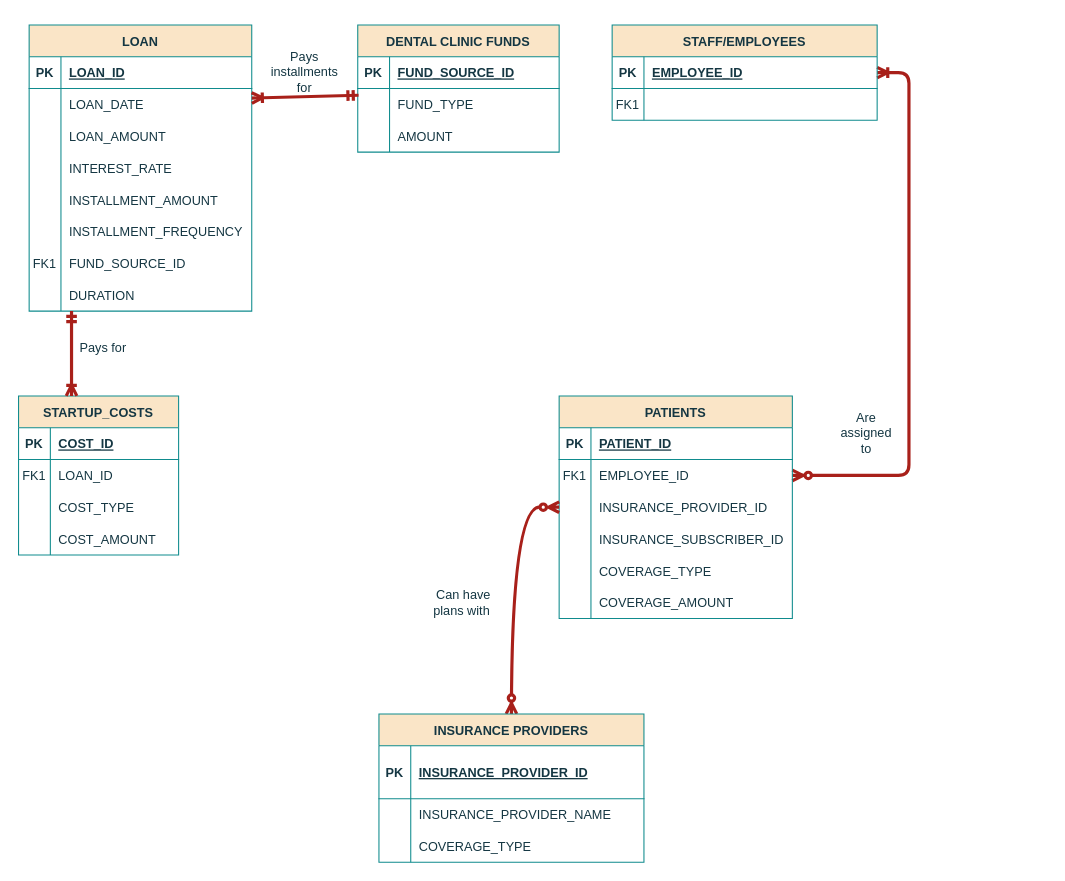
The draw.io diagram hw.drawio in donjuli990/HW1, before the edit. Source tidied: cells renumbered, new cells numbered last; positions are measured from the earlier drawing's top-left corner, leaving out a move shared by most shapes. Both pictures are drawn from the tidied source at 106%, with x=0, y=0 at pixel (18, 24).
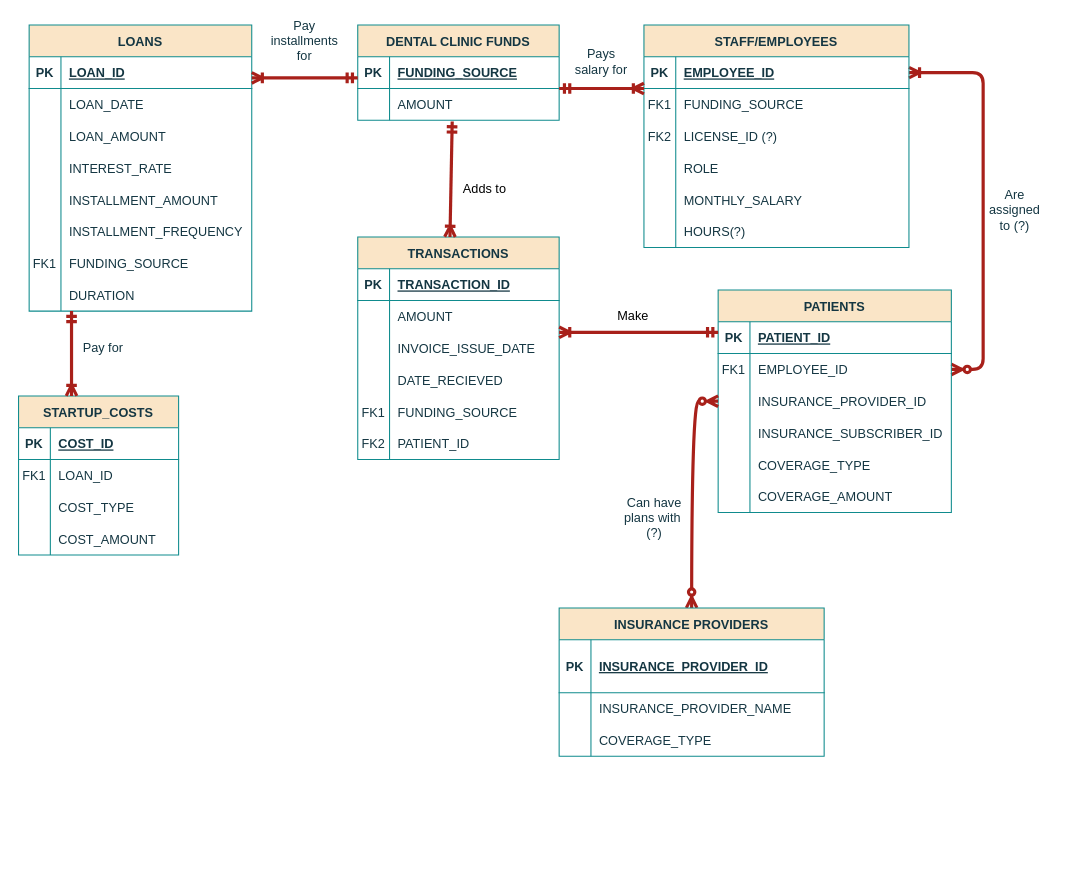
The same diagram, later.

Unchanged cells that the change refers to:
```xml
<mxCell id="7" style="shape=partialRectangle;fillColor=none;top=0;left=0;right=0;bottom=0;labelBackgroundColor=none;strokeColor=#0F8B8D;fontColor=#143642;" parent="3" vertex="1">
  <mxGeometry y="60" width="250" height="30" as="geometry" />
</mxCell>
<mxCell id="48" style="shape=partialRectangle;fillColor=none;top=0;left=0;right=0;bottom=0;labelBackgroundColor=none;strokeColor=#0F8B8D;fontColor=#143642;" parent="29" vertex="1">
  <mxGeometry y="210" width="210" height="30" as="geometry" />
</mxCell>
<mxCell id="83" style="shape=partialRectangle;fillColor=none;top=0;left=0;right=0;bottom=1;labelBackgroundColor=none;strokeColor=#0F8B8D;fontColor=#143642;" parent="82" vertex="1">
  <mxGeometry y="30" width="190" height="30" as="geometry" />
</mxCell>
```

What changed in the source:
```diff
@@
     <mxCell id="3" value="STAFF/EMPLOYEES" style="shape=table;startSize=30;childLayout=tableLayout;rowLines=0;fontStyle=1;align=center;labelBackgroundColor=none;fillColor=#FAE5C7;strokeColor=#0F8B8D;fontColor=#143642;" parent="1" vertex="1">
-      <mxGeometry x="560" width="250" height="90" as="geometry" />
+      <mxGeometry x="590" width="250" height="210" as="geometry" />
     </mxCell>
@@
-    <mxCell id="9" style="shape=partialRectangle;overflow=hidden;fillColor=none;top=0;left=0;bottom=0;right=0;align=left;spacingLeft=6;labelBackgroundColor=none;strokeColor=#0F8B8D;fontColor=#143642;" parent="7" vertex="1">
+    <mxCell id="9" value="FUNDING_SOURCE" style="shape=partialRectangle;overflow=hidden;fillColor=none;top=0;left=0;bottom=0;right=0;align=left;spacingLeft=6;labelBackgroundColor=none;strokeColor=#0F8B8D;fontColor=#143642;" parent="7" vertex="1">
       <mxGeometry x="30" width="220" height="30" as="geometry" />
     </mxCell>
+    <mxCell id="94" style="shape=partialRectangle;fillColor=none;top=0;left=0;right=0;bottom=0;labelBackgroundColor=none;strokeColor=#0F8B8D;fontColor=#143642;" parent="3" vertex="1">
+      <mxGeometry y="90" width="250" height="30" as="geometry" />
+    </mxCell>
+    <mxCell id="95" value="FK2" style="shape=partialRectangle;overflow=hidden;fillColor=none;top=0;left=0;bottom=0;right=0;labelBackgroundColor=none;strokeColor=#0F8B8D;fontColor=#143642;" parent="94" vertex="1">
+      <mxGeometry width="30" height="30" as="geometry" />
+    </mxCell>
+    <mxCell id="96" value="LICENSE_ID (?)" style="shape=partialRectangle;overflow=hidden;fillColor=none;top=0;left=0;bottom=0;right=0;align=left;spacingLeft=6;labelBackgroundColor=none;strokeColor=#0F8B8D;fontColor=#143642;" parent="94" vertex="1">
+      <mxGeometry x="30" width="220" height="30" as="geometry" />
+    </mxCell>
+    <mxCell id="97" style="shape=partialRectangle;fillColor=none;top=0;left=0;right=0;bottom=0;labelBackgroundColor=none;strokeColor=#0F8B8D;fontColor=#143642;" parent="3" vertex="1">
+      <mxGeometry y="120" width="250" height="30" as="geometry" />
+    </mxCell>
+    <mxCell id="98" style="shape=partialRectangle;overflow=hidden;fillColor=none;top=0;left=0;bottom=0;right=0;labelBackgroundColor=none;strokeColor=#0F8B8D;fontColor=#143642;" parent="97" vertex="1">
+      <mxGeometry width="30" height="30" as="geometry" />
+    </mxCell>
+    <mxCell id="99" value="ROLE" style="shape=partialRectangle;overflow=hidden;fillColor=none;top=0;left=0;bottom=0;right=0;align=left;spacingLeft=6;labelBackgroundColor=none;strokeColor=#0F8B8D;fontColor=#143642;" parent="97" vertex="1">
+      <mxGeometry x="30" width="220" height="30" as="geometry" />
+    </mxCell>
+    <mxCell id="100" style="shape=partialRectangle;fillColor=none;top=0;left=0;right=0;bottom=0;labelBackgroundColor=none;strokeColor=#0F8B8D;fontColor=#143642;" parent="3" vertex="1">
+      <mxGeometry y="150" width="250" height="30" as="geometry" />
+    </mxCell>
+    <mxCell id="101" style="shape=partialRectangle;overflow=hidden;fillColor=none;top=0;left=0;bottom=0;right=0;labelBackgroundColor=none;strokeColor=#0F8B8D;fontColor=#143642;" parent="100" vertex="1">
+      <mxGeometry width="30" height="30" as="geometry" />
+    </mxCell>
+    <mxCell id="102" value="MONTHLY_SALARY" style="shape=partialRectangle;overflow=hidden;fillColor=none;top=0;left=0;bottom=0;right=0;align=left;spacingLeft=6;labelBackgroundColor=none;strokeColor=#0F8B8D;fontColor=#143642;" parent="100" vertex="1">
+      <mxGeometry x="30" width="220" height="30" as="geometry" />
+    </mxCell>
+    <mxCell id="103" style="shape=partialRectangle;fillColor=none;top=0;left=0;right=0;bottom=0;labelBackgroundColor=none;strokeColor=#0F8B8D;fontColor=#143642;" parent="3" vertex="1">
+      <mxGeometry y="180" width="250" height="30" as="geometry" />
+    </mxCell>
+    <mxCell id="104" style="shape=partialRectangle;overflow=hidden;fillColor=none;top=0;left=0;bottom=0;right=0;labelBackgroundColor=none;strokeColor=#0F8B8D;fontColor=#143642;" parent="103" vertex="1">
+      <mxGeometry width="30" height="30" as="geometry" />
+    </mxCell>
+    <mxCell id="105" value="HOURS(?)" style="shape=partialRectangle;overflow=hidden;fillColor=none;top=0;left=0;bottom=0;right=0;align=left;spacingLeft=6;labelBackgroundColor=none;strokeColor=#0F8B8D;fontColor=#143642;" parent="103" vertex="1">
+      <mxGeometry x="30" width="220" height="30" as="geometry" />
+    </mxCell>
     <mxCell id="10" value="PATIENTS" style="shape=table;startSize=30;childLayout=tableLayout;rowLines=0;fontStyle=1;align=center;labelBackgroundColor=none;fillColor=#FAE5C7;strokeColor=#0F8B8D;fontColor=#143642;" parent="1" vertex="1">
-      <mxGeometry x="510" y="350" width="220" height="210" as="geometry" />
+      <mxGeometry x="660" y="250" width="220" height="210" as="geometry" />
     </mxCell>
@@
-    <mxCell id="29" value="LOAN" style="shape=table;startSize=30;childLayout=tableLayout;rowLines=0;fontStyle=1;align=center;labelBackgroundColor=none;fillColor=#FAE5C7;strokeColor=#0F8B8D;fontColor=#143642;" parent="1" vertex="1">
+    <mxCell id="29" value="LOANS" style="shape=table;startSize=30;childLayout=tableLayout;rowLines=0;fontStyle=1;align=center;labelBackgroundColor=none;fillColor=#FAE5C7;strokeColor=#0F8B8D;fontColor=#143642;" parent="1" vertex="1">
       <mxGeometry x="10" width="210" height="270" as="geometry" />
     </mxCell>
@@
-    <mxCell id="50" value="FUND_SOURCE_ID" style="shape=partialRectangle;overflow=hidden;fillColor=none;top=0;left=0;bottom=0;right=0;align=left;spacingLeft=6;labelBackgroundColor=none;strokeColor=#0F8B8D;fontColor=#143642;" parent="48" vertex="1">
+    <mxCell id="50" value="FUNDING_SOURCE" style="shape=partialRectangle;overflow=hidden;fillColor=none;top=0;left=0;bottom=0;right=0;align=left;spacingLeft=6;labelBackgroundColor=none;strokeColor=#0F8B8D;fontColor=#143642;" parent="48" vertex="1">
       <mxGeometry x="30" width="180" height="30" as="geometry" />
     </mxCell>
@@
-    <mxCell id="54" value="Are assigned to" style="text;html=1;align=center;verticalAlign=middle;whiteSpace=wrap;rounded=0;fontColor=#143642;" parent="1" vertex="1">
-      <mxGeometry x="770" y="370" width="60" height="30" as="geometry" />
+    <mxCell id="54" value="Are assigned to (?)" style="text;html=1;align=center;verticalAlign=middle;whiteSpace=wrap;rounded=0;fontColor=#143642;" parent="1" vertex="1">
+      <mxGeometry x="910" y="160" width="60" height="30" as="geometry" />
     </mxCell>
@@
     <mxCell id="56" value="INSURANCE PROVIDERS" style="shape=table;startSize=30;childLayout=tableLayout;rowLines=0;fontStyle=1;align=center;labelBackgroundColor=none;fillColor=#FAE5C7;strokeColor=#0F8B8D;fontColor=#143642;" parent="1" vertex="1">
-      <mxGeometry x="340" y="650" width="250" height="140" as="geometry" />
+      <mxGeometry x="510" y="550" width="250" height="140" as="geometry" />
     </mxCell>
@@
-    <mxCell id="66" value="Can have plans with&amp;nbsp;" style="text;html=1;align=center;verticalAlign=middle;whiteSpace=wrap;rounded=0;fontColor=#143642;" parent="1" vertex="1">
-      <mxGeometry x="390" y="530" width="60" height="30" as="geometry" />
+    <mxCell id="66" value="Can have plans with&amp;nbsp; (?)" style="text;html=1;align=center;verticalAlign=middle;whiteSpace=wrap;rounded=0;fontColor=#143642;" parent="1" vertex="1">
+      <mxGeometry x="570" y="450" width="60" height="30" as="geometry" />
     </mxCell>
@@
-    <mxCell id="80" value="Pays for" style="text;html=1;align=center;verticalAlign=middle;whiteSpace=wrap;rounded=0;fontColor=#143642;" parent="1" vertex="1">
+    <mxCell id="80" value="Pay for" style="text;html=1;align=center;verticalAlign=middle;whiteSpace=wrap;rounded=0;fontColor=#143642;" parent="1" vertex="1">
       <mxGeometry x="50" y="290" width="60" height="30" as="geometry" />
     </mxCell>
@@
     <mxCell id="82" value="DENTAL CLINIC FUNDS" style="shape=table;startSize=30;childLayout=tableLayout;rowLines=0;fontStyle=1;align=center;labelBackgroundColor=none;fillColor=#FAE5C7;strokeColor=#0F8B8D;fontColor=#143642;" parent="1" vertex="1">
-      <mxGeometry x="320" width="190" height="120" as="geometry" />
+      <mxGeometry x="320" width="190" height="90" as="geometry" />
     </mxCell>
@@
-    <mxCell id="85" value="FUND_SOURCE_ID" style="shape=partialRectangle;overflow=hidden;fillColor=none;top=0;left=0;bottom=0;right=0;align=left;spacingLeft=6;fontStyle=5;labelBackgroundColor=none;strokeColor=#0F8B8D;fontColor=#143642;" parent="83" vertex="1">
+    <mxCell id="85" value="FUNDING_SOURCE" style="shape=partialRectangle;overflow=hidden;fillColor=none;top=0;left=0;bottom=0;right=0;align=left;spacingLeft=6;fontStyle=5;labelBackgroundColor=none;strokeColor=#0F8B8D;fontColor=#143642;" parent="83" vertex="1">
       <mxGeometry x="30" width="160" height="30" as="geometry" />
     </mxCell>
-    <mxCell id="86" style="shape=partialRectangle;fillColor=none;points=[[0,0.5],[1,0.5]];portConstraint=eastwest;top=0;left=0;right=0;bottom=0;labelBackgroundColor=none;strokeColor=#0F8B8D;fontColor=#143642;" parent="82" vertex="1">
-      <mxGeometry y="60" width="190" height="30" as="geometry" />
-    </mxCell>
-    <mxCell id="87" style="shape=partialRectangle;overflow=hidden;fillColor=none;top=0;left=0;bottom=0;right=0;labelBackgroundColor=none;strokeColor=#0F8B8D;fontColor=#143642;" parent="86" vertex="1">
-      <mxGeometry width="30" height="30" as="geometry" />
-    </mxCell>
-    <mxCell id="88" value="FUND_TYPE" style="shape=partialRectangle;overflow=hidden;fillColor=none;top=0;left=0;bottom=0;right=0;align=left;spacingLeft=6;labelBackgroundColor=none;strokeColor=#0F8B8D;fontColor=#143642;" parent="86" vertex="1">
-      <mxGeometry x="30" width="160" height="30" as="geometry" />
-    </mxCell>
-    <mxCell id="89" style="shape=partialRectangle;fillColor=none;top=0;left=0;right=0;bottom=0;labelBackgroundColor=none;strokeColor=#0F8B8D;fontColor=#143642;" parent="82" vertex="1">
-      <mxGeometry y="90" width="190" height="30" as="geometry" />
-    </mxCell>
-    <mxCell id="90" style="shape=partialRectangle;overflow=hidden;fillColor=none;top=0;left=0;bottom=0;right=0;labelBackgroundColor=none;strokeColor=#0F8B8D;fontColor=#143642;" parent="89" vertex="1">
-      <mxGeometry width="30" height="30" as="geometry" />
-    </mxCell>
-    <mxCell id="91" value="AMOUNT" style="shape=partialRectangle;overflow=hidden;fillColor=none;top=0;left=0;bottom=0;right=0;align=left;spacingLeft=6;labelBackgroundColor=none;strokeColor=#0F8B8D;fontColor=#143642;" parent="89" vertex="1">
-      <mxGeometry x="30" width="160" height="30" as="geometry" />
-    </mxCell>
+    <mxCell id="106" style="shape=partialRectangle;fillColor=none;points=[[0,0.5],[1,0.5]];portConstraint=eastwest;top=0;left=0;right=0;bottom=0;labelBackgroundColor=none;strokeColor=#0F8B8D;fontColor=#143642;" parent="82" vertex="1">
+      <mxGeometry y="60" width="190" height="30" as="geometry" />
+    </mxCell>
+    <mxCell id="107" style="shape=partialRectangle;overflow=hidden;fillColor=none;top=0;left=0;bottom=0;right=0;labelBackgroundColor=none;strokeColor=#0F8B8D;fontColor=#143642;" parent="106" vertex="1">
+      <mxGeometry width="30" height="30" as="geometry" />
+    </mxCell>
+    <mxCell id="108" value="AMOUNT" style="shape=partialRectangle;overflow=hidden;fillColor=none;top=0;left=0;bottom=0;right=0;align=left;spacingLeft=6;labelBackgroundColor=none;strokeColor=#0F8B8D;fontColor=#143642;" parent="106" vertex="1">
+      <mxGeometry x="30" width="160" height="30" as="geometry" />
+    </mxCell>
-    <mxCell id="92" style="endArrow=ERoneToMany;startArrow=ERmandOne;endFill=0;startFill=0;labelBackgroundColor=none;strokeColor=#A8201A;fontColor=default;strokeWidth=3;exitX=0.004;exitY=0.213;exitDx=0;exitDy=0;exitPerimeter=0;" parent="1" edge="1" source="86">
+    <mxCell id="92" style="endArrow=ERoneToMany;startArrow=ERmandOne;endFill=0;startFill=0;labelBackgroundColor=none;strokeColor=#A8201A;fontColor=default;strokeWidth=3;entryX=1;entryY=0.5;entryDx=0;entryDy=0;" parent="1" edge="1">
       <mxGeometry relative="1" as="geometry">
-        <mxPoint x="220" y="69" as="targetPoint" />
+        <mxPoint x="320" y="50" as="sourcePoint" />
+        <mxPoint x="220" y="50" as="targetPoint" />
       </mxGeometry>
     </mxCell>
-    <mxCell id="93" value="Pays installments for" style="text;html=1;align=center;verticalAlign=middle;whiteSpace=wrap;rounded=0;fontColor=#143642;" parent="1" vertex="1">
-      <mxGeometry x="240" y="30" width="60" height="30" as="geometry" />
+    <mxCell id="93" value="Pay installments for" style="text;html=1;align=center;verticalAlign=middle;whiteSpace=wrap;rounded=0;fontColor=#143642;" parent="1" vertex="1">
+      <mxGeometry x="240" width="60" height="30" as="geometry" />
     </mxCell>
+    <mxCell id="109" style="endArrow=ERmandOne;startArrow=ERoneToMany;endFill=0;startFill=0;labelBackgroundColor=none;strokeColor=#A8201A;fontColor=default;strokeWidth=3;" parent="1" edge="1">
+      <mxGeometry relative="1" as="geometry">
+        <mxPoint x="590" y="60" as="sourcePoint" />
+        <mxPoint x="510" y="60" as="targetPoint" />
+      </mxGeometry>
+    </mxCell>
+    <mxCell id="110" value="TRANSACTIONS" style="shape=table;startSize=30;childLayout=tableLayout;rowLines=0;fontStyle=1;align=center;labelBackgroundColor=none;fillColor=#FAE5C7;strokeColor=#0F8B8D;fontColor=#143642;" parent="1" vertex="1">
+      <mxGeometry x="320" y="200" width="190" height="210" as="geometry" />
+    </mxCell>
+    <mxCell id="111" style="shape=partialRectangle;fillColor=none;top=0;left=0;right=0;bottom=1;labelBackgroundColor=none;strokeColor=#0F8B8D;fontColor=#143642;" parent="110" vertex="1">
+      <mxGeometry y="30" width="190" height="30" as="geometry" />
+    </mxCell>
+    <mxCell id="112" value="PK" style="shape=partialRectangle;overflow=hidden;fillColor=none;top=0;left=0;bottom=0;right=0;fontStyle=1;labelBackgroundColor=none;strokeColor=#0F8B8D;fontColor=#143642;" parent="111" vertex="1">
+      <mxGeometry width="30" height="30" as="geometry" />
+    </mxCell>
+    <mxCell id="113" value="TRANSACTION_ID" style="shape=partialRectangle;overflow=hidden;fillColor=none;top=0;left=0;bottom=0;right=0;align=left;spacingLeft=6;fontStyle=5;labelBackgroundColor=none;strokeColor=#0F8B8D;fontColor=#143642;" parent="111" vertex="1">
+      <mxGeometry x="30" width="160" height="30" as="geometry" />
+    </mxCell>
+    <mxCell id="114" style="shape=partialRectangle;fillColor=none;top=0;left=0;right=0;bottom=0;labelBackgroundColor=none;strokeColor=#0F8B8D;fontColor=#143642;" parent="110" vertex="1">
+      <mxGeometry y="60" width="190" height="30" as="geometry" />
+    </mxCell>
+    <mxCell id="115" style="shape=partialRectangle;overflow=hidden;fillColor=none;top=0;left=0;bottom=0;right=0;labelBackgroundColor=none;strokeColor=#0F8B8D;fontColor=#143642;" parent="114" vertex="1">
+      <mxGeometry width="30" height="30" as="geometry" />
+    </mxCell>
+    <mxCell id="116" value="AMOUNT" style="shape=partialRectangle;overflow=hidden;fillColor=none;top=0;left=0;bottom=0;right=0;align=left;spacingLeft=6;labelBackgroundColor=none;strokeColor=#0F8B8D;fontColor=#143642;" parent="114" vertex="1">
+      <mxGeometry x="30" width="160" height="30" as="geometry" />
+    </mxCell>
+    <mxCell id="89" style="shape=partialRectangle;fillColor=none;top=0;left=0;right=0;bottom=0;labelBackgroundColor=none;strokeColor=#0F8B8D;fontColor=#143642;" parent="110" vertex="1">
+      <mxGeometry y="90" width="190" height="30" as="geometry" />
+    </mxCell>
+    <mxCell id="117" style="shape=partialRectangle;overflow=hidden;fillColor=none;top=0;left=0;bottom=0;right=0;labelBackgroundColor=none;strokeColor=#0F8B8D;fontColor=#143642;" parent="89" vertex="1">
+      <mxGeometry width="30" height="30" as="geometry" />
+    </mxCell>
+    <mxCell id="118" value="INVOICE_ISSUE_DATE" style="shape=partialRectangle;overflow=hidden;fillColor=none;top=0;left=0;bottom=0;right=0;align=left;spacingLeft=6;labelBackgroundColor=none;strokeColor=#0F8B8D;fontColor=#143642;" parent="89" vertex="1">
+      <mxGeometry x="30" width="160" height="30" as="geometry" />
+    </mxCell>
+    <mxCell id="119" style="shape=partialRectangle;fillColor=none;top=0;left=0;right=0;bottom=0;labelBackgroundColor=none;strokeColor=#0F8B8D;fontColor=#143642;" parent="110" vertex="1">
+      <mxGeometry y="120" width="190" height="30" as="geometry" />
+    </mxCell>
+    <mxCell id="120" style="shape=partialRectangle;overflow=hidden;fillColor=none;top=0;left=0;bottom=0;right=0;labelBackgroundColor=none;strokeColor=#0F8B8D;fontColor=#143642;" parent="119" vertex="1">
+      <mxGeometry width="30" height="30" as="geometry" />
+    </mxCell>
+    <mxCell id="121" value="DATE_RECIEVED" style="shape=partialRectangle;overflow=hidden;fillColor=none;top=0;left=0;bottom=0;right=0;align=left;spacingLeft=6;labelBackgroundColor=none;strokeColor=#0F8B8D;fontColor=#143642;" parent="119" vertex="1">
+      <mxGeometry x="30" width="160" height="30" as="geometry" />
+    </mxCell>
+    <mxCell id="122" style="shape=partialRectangle;fillColor=none;top=0;left=0;right=0;bottom=0;labelBackgroundColor=none;strokeColor=#0F8B8D;fontColor=#143642;" parent="110" vertex="1">
+      <mxGeometry y="150" width="190" height="30" as="geometry" />
+    </mxCell>
+    <mxCell id="123" value="FK1" style="shape=partialRectangle;overflow=hidden;fillColor=none;top=0;left=0;bottom=0;right=0;labelBackgroundColor=none;strokeColor=#0F8B8D;fontColor=#143642;" parent="122" vertex="1">
+      <mxGeometry width="30" height="30" as="geometry" />
+    </mxCell>
+    <mxCell id="124" value="FUNDING_SOURCE" style="shape=partialRectangle;overflow=hidden;fillColor=none;top=0;left=0;bottom=0;right=0;align=left;spacingLeft=6;labelBackgroundColor=none;strokeColor=#0F8B8D;fontColor=#143642;" parent="122" vertex="1">
+      <mxGeometry x="30" width="160" height="30" as="geometry" />
+    </mxCell>
+    <mxCell id="125" style="shape=partialRectangle;fillColor=none;top=0;left=0;right=0;bottom=0;labelBackgroundColor=none;strokeColor=#0F8B8D;fontColor=#143642;" parent="110" vertex="1">
+      <mxGeometry y="180" width="190" height="30" as="geometry" />
+    </mxCell>
+    <mxCell id="126" value="FK2" style="shape=partialRectangle;overflow=hidden;fillColor=none;top=0;left=0;bottom=0;right=0;labelBackgroundColor=none;strokeColor=#0F8B8D;fontColor=#143642;" parent="125" vertex="1">
+      <mxGeometry width="30" height="30" as="geometry" />
+    </mxCell>
+    <mxCell id="127" value="PATIENT_ID" style="shape=partialRectangle;overflow=hidden;fillColor=none;top=0;left=0;bottom=0;right=0;align=left;spacingLeft=6;labelBackgroundColor=none;strokeColor=#0F8B8D;fontColor=#143642;" parent="125" vertex="1">
+      <mxGeometry x="30" width="160" height="30" as="geometry" />
+    </mxCell>
+    <mxCell id="128" style="endArrow=ERoneToMany;startArrow=ERmandOne;endFill=0;startFill=0;labelBackgroundColor=none;strokeColor=#A8201A;fontColor=default;strokeWidth=3;exitX=0.469;exitY=1.037;exitDx=0;exitDy=0;exitPerimeter=0;" parent="1" edge="1" source="106">
+      <mxGeometry relative="1" as="geometry">
+        <mxPoint x="407" y="200" as="targetPoint" />
+      </mxGeometry>
+    </mxCell>
+    <mxCell id="129" style="endArrow=ERoneToMany;startArrow=ERmandOne;endFill=0;startFill=0;labelBackgroundColor=none;strokeColor=#A8201A;fontColor=default;strokeWidth=3;" parent="1" edge="1">
+      <mxGeometry relative="1" as="geometry">
+        <mxPoint x="660" y="290" as="sourcePoint" />
+        <mxPoint x="510" y="290" as="targetPoint" />
+      </mxGeometry>
+    </mxCell>
+    <mxCell id="130" value="Pays salary for" style="text;html=1;align=center;verticalAlign=middle;whiteSpace=wrap;rounded=0;fontColor=#143642;" parent="1" vertex="1">
+      <mxGeometry x="520" y="20" width="60" height="30" as="geometry" />
+    </mxCell>
+    <mxCell id="131" value="Adds to" style="text;html=1;align=center;verticalAlign=middle;whiteSpace=wrap;rounded=0;" parent="1" vertex="1">
+      <mxGeometry x="410" y="140" width="60" height="30" as="geometry" />
+    </mxCell>
+    <mxCell id="132" value="Make" style="text;html=1;align=center;verticalAlign=middle;whiteSpace=wrap;rounded=0;" parent="1" vertex="1">
+      <mxGeometry x="550" y="260" width="60" height="30" as="geometry" />
+    </mxCell>
```
